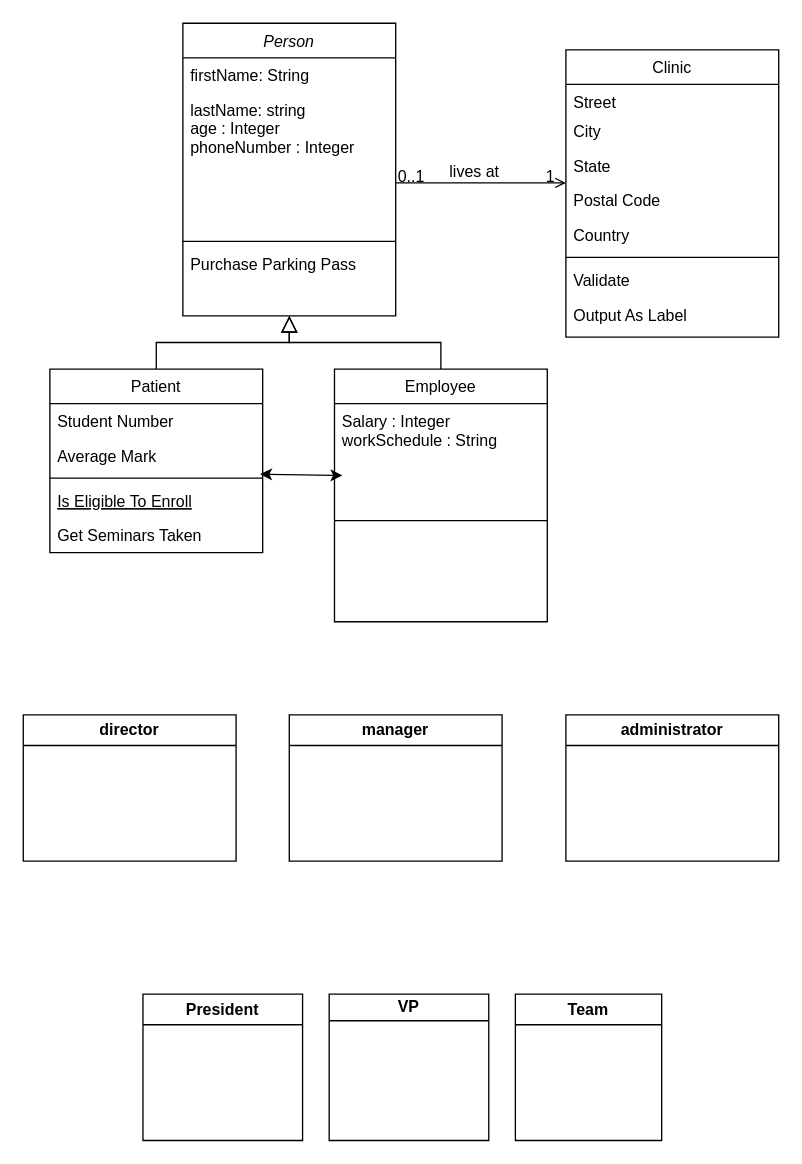
Earlier version of the draw.io diagram Untitled Diagram.drawio (yushika-j/seg-2505). Source tidied: cells renumbered, new cells numbered last; positions are measured from the earlier drawing's top-left corner, leaving out a move shared by most shapes. Both pictures are drawn from the tidied source at 133%, with x=0, y=0 at pixel (23, 23).
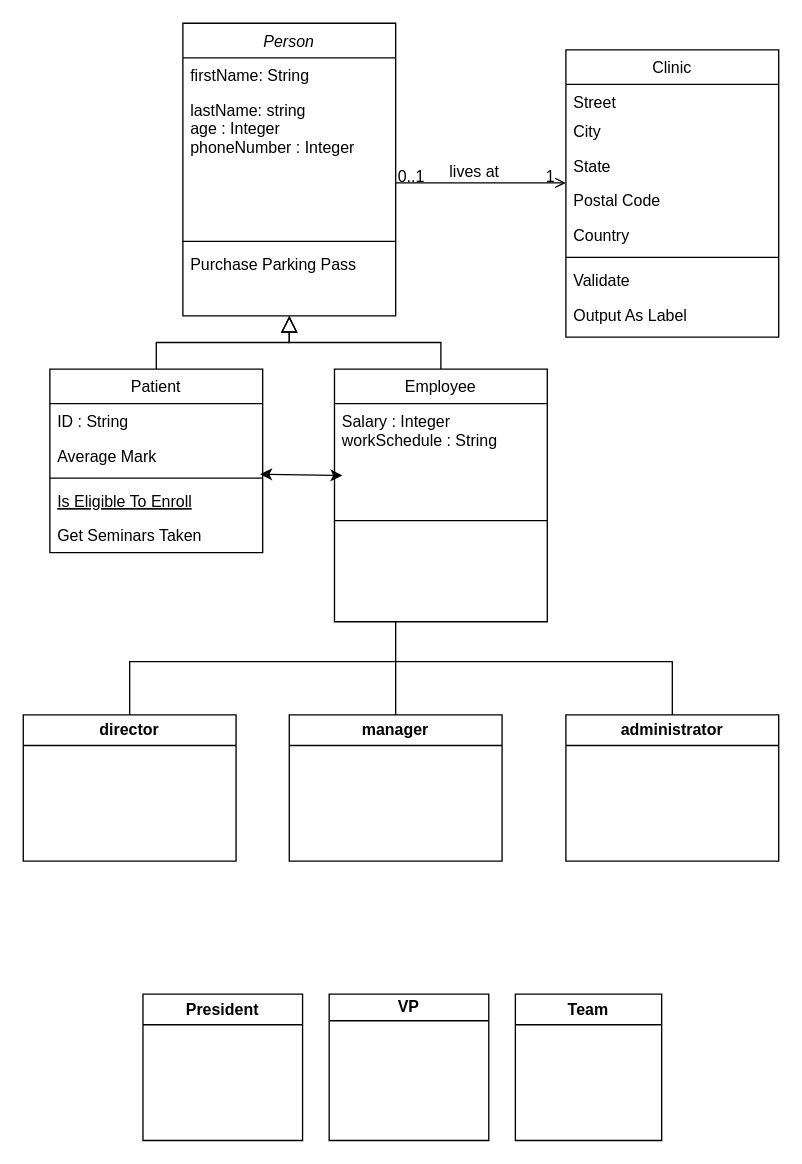
The same page after the edit.

The change refers to these unchanged cells:
```xml
<mxCell id="7" value="Patient" style="swimlane;fontStyle=0;align=center;verticalAlign=top;horizontal=1;startSize=26;rounded=0;shadow=0;strokeWidth=1;" parent="1" vertex="1">
  <mxGeometry x="20" y="260" width="160" height="138" as="geometry" />
</mxCell>
<mxCell id="31" value="director" style="swimlane;whiteSpace=wrap;html=1;" parent="1" vertex="1">
  <mxGeometry y="520" width="160" height="110" as="geometry" />
</mxCell>
<mxCell id="32" value="manager" style="swimlane;whiteSpace=wrap;html=1;" parent="1" vertex="1">
  <mxGeometry x="200" y="520" width="160" height="110" as="geometry" />
</mxCell>
<mxCell id="33" value="administrator" style="swimlane;whiteSpace=wrap;html=1;" parent="1" vertex="1">
  <mxGeometry x="408" y="520" width="160" height="110" as="geometry" />
</mxCell>
```

The edit, as a diff of the source:
```diff
@@
-    <mxCell id="8" value="Student Number" style="text;align=left;verticalAlign=top;spacingLeft=4;spacingRight=4;overflow=hidden;" parent="7" vertex="1">
+    <mxCell id="8" value="ID : String" style="text;align=left;verticalAlign=top;spacingLeft=4;spacingRight=4;overflow=hidden;" parent="7" vertex="1">
       <mxGeometry y="26" width="160" height="26" as="geometry" />
     </mxCell>
@@
+    <mxCell id="38" style="endArrow=none;html=1;rounded=0;exitX=0.5;exitY=0;exitDx=0;exitDy=0;" parent="1" edge="1" source="32">
+      <mxGeometry relative="1" as="geometry">
+        <mxPoint x="280" y="450" as="targetPoint" />
+      </mxGeometry>
+    </mxCell>
+    <mxCell id="39" style="endArrow=none;html=1;rounded=0;exitX=0.5;exitY=0;exitDx=0;exitDy=0;" parent="1" edge="1" source="31">
+      <mxGeometry relative="1" as="geometry">
+        <mxPoint x="280" y="480" as="targetPoint" />
+        <Array as="points">
+          <mxPoint x="80" y="480" />
+        </Array>
+      </mxGeometry>
+    </mxCell>
+    <mxCell id="40" style="endArrow=none;html=1;rounded=0;entryX=0.5;entryY=0;entryDx=0;entryDy=0;" parent="1" edge="1" target="33">
+      <mxGeometry relative="1" as="geometry">
+        <mxPoint x="280" y="480" as="sourcePoint" />
+        <Array as="points">
+          <mxPoint x="488" y="480" />
+        </Array>
+      </mxGeometry>
+    </mxCell>
```
